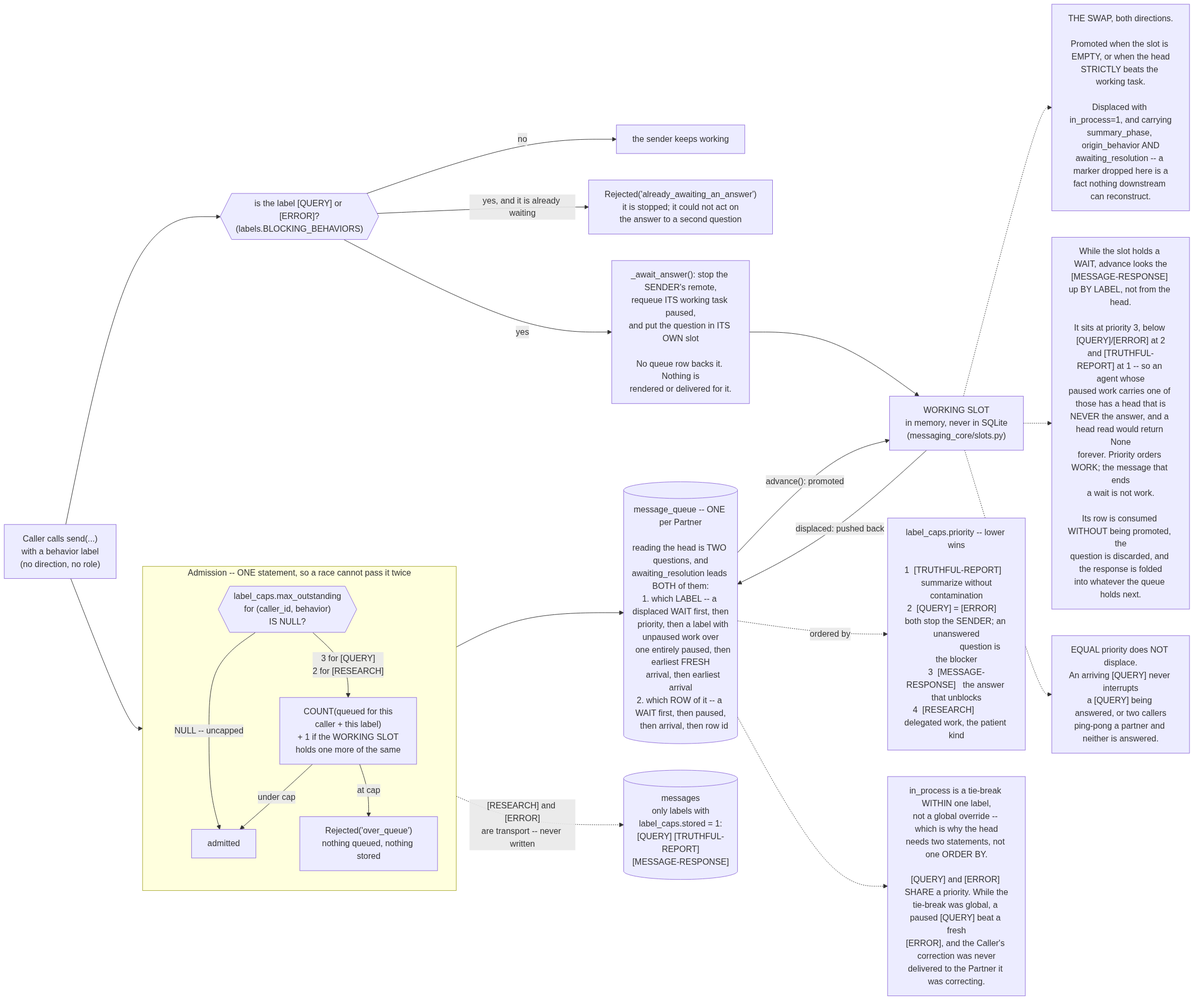
Earlier version of the Mermaid export visualizations/04-priority-queue.png (CSScientist123/agent-messaging-mcp-server). Its source is kept beside it as visualizations/04-priority-queue.mmd.
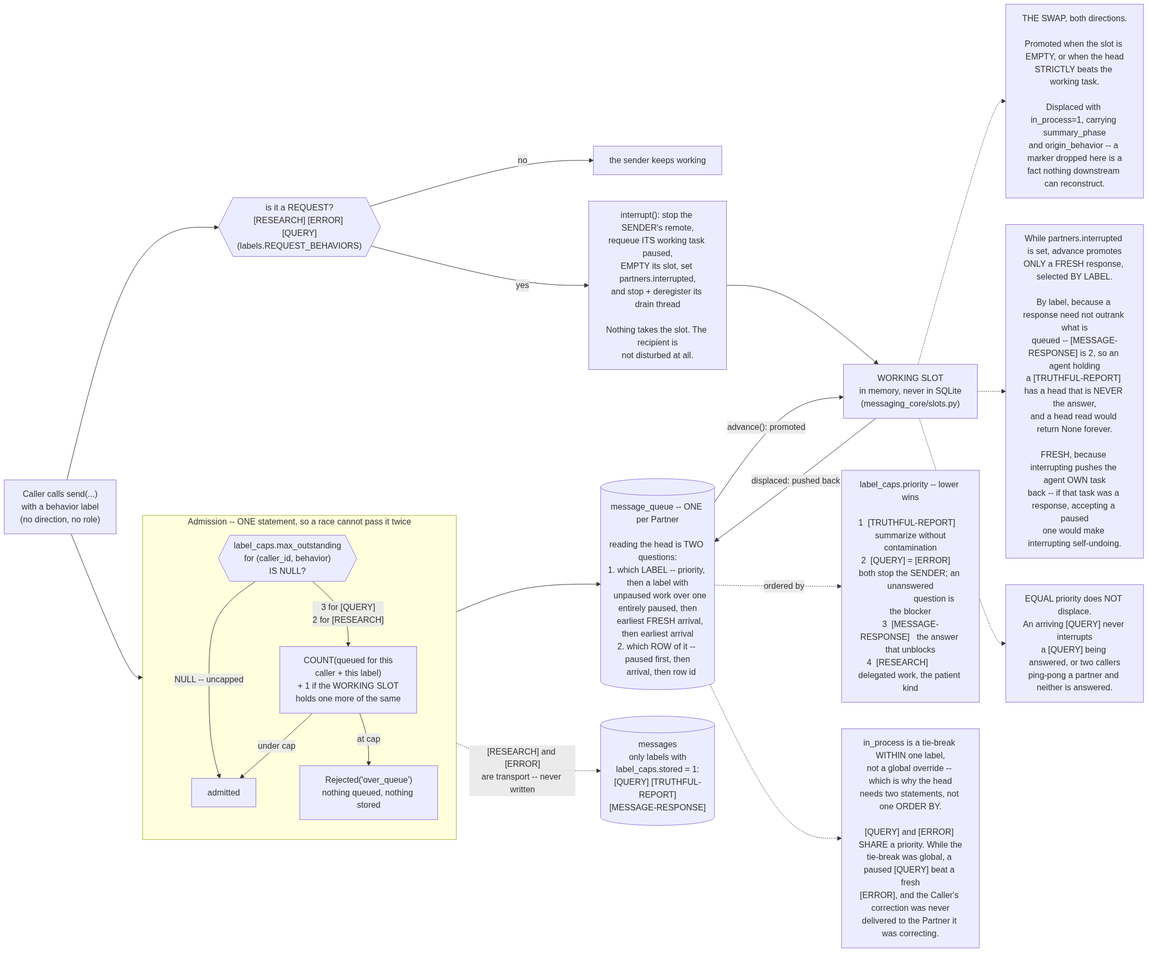
The same diagram one commit later.

What changed in the source:
```diff
@@ -15,14 +15,13 @@
 
     SENDER --> CAP
 
-    BLOCK{{"is the label [QUERY] or [ERROR]?\n(labels.BLOCKING_BEHAVIORS)"}}
+    BLOCK{{"is it a REQUEST?\n[RESEARCH] [ERROR] [QUERY]\n(labels.REQUEST_BEHAVIORS)"}}
     SENDER --> BLOCK
     BLOCK -->|no| NOSTOP["the sender keeps working"]
-    BLOCK -->|"yes, and it is already waiting"| R_WAIT["Rejected('already_awaiting_an_answer')\nit is stopped; it could not act on\nthe answer to a second question"]
-    BLOCK -->|yes| AWAIT["_await_answer(): stop the SENDER's remote,\nrequeue ITS working task paused,\nand put the question in ITS OWN slot\n\nNo queue row backs it. Nothing is\nrendered or delivered for it."]
+    BLOCK -->|yes| AWAIT["interrupt(): stop the SENDER's remote,\nrequeue ITS working task paused,\nEMPTY its slot, set partners.interrupted,\nand stop + deregister its drain thread\n\nNothing takes the slot. The recipient is\nnot disturbed at all."]
     AWAIT --> SLOT
 
-    Q[("message_queue -- ONE per Partner\n\nreading the head is TWO questions, and\nawaiting_resolution leads BOTH of them:\n1. which LABEL -- a displaced WAIT first, then\n   priority, then a label with unpaused work over\n   one entirely paused, then earliest FRESH\n   arrival, then earliest arrival\n2. which ROW of it -- a WAIT first, then paused,\n   then arrival, then row id")]
+    Q[("message_queue -- ONE per Partner\n\nreading the head is TWO questions:\n1. which LABEL -- priority, then a label with\n   unpaused work over one entirely paused, then\n   earliest FRESH arrival, then earliest arrival\n2. which ROW of it -- paused first, then\n   arrival, then row id")]
     OK --> Q
 
     PRIO["label_caps.priority -- lower wins\n\n1  [TRUTHFUL-REPORT]    summarize without contamination\n2  [QUERY] = [ERROR]    both stop the SENDER; an unanswered\n                     question is the blocker\n3  [MESSAGE-RESPONSE]   the answer that unblocks\n4  [RESEARCH]           delegated work, the patient kind"]
@@ -33,13 +32,13 @@
     Q -->|"advance(): promoted"| SLOT
     SLOT -->|"displaced: pushed back"| Q
 
-    SWAP["THE SWAP, both directions.\n\nPromoted when the slot is EMPTY, or when the head\nSTRICTLY beats the working task.\n\nDisplaced with in_process=1, and carrying\nsummary_phase, origin_behavior AND\nawaiting_resolution -- a marker dropped here is a\nfact nothing downstream can reconstruct."]
+    SWAP["THE SWAP, both directions.\n\nPromoted when the slot is EMPTY, or when the head\nSTRICTLY beats the working task.\n\nDisplaced with in_process=1, carrying summary_phase\nand origin_behavior -- a marker dropped here is a\nfact nothing downstream can reconstruct."]
     SLOT -.-> SWAP
 
     TIE["in_process is a tie-break WITHIN one label,\nnot a global override -- which is why the head\nneeds two statements, not one ORDER BY.\n\n[QUERY] and [ERROR] SHARE a priority. While the\ntie-break was global, a paused [QUERY] beat a fresh\n[ERROR], and the Caller's correction was never\ndelivered to the Partner it was correcting."]
     Q -.-> TIE
 
-    ANSWER["While the slot holds a WAIT, advance looks the\n[MESSAGE-RESPONSE] up BY LABEL, not from the head.\n\nIt sits at priority 3, below [QUERY]/[ERROR] at 2\nand [TRUTHFUL-REPORT] at 1 -- so an agent whose\npaused work carries one of those has a head that is\nNEVER the answer, and a head read would return None\nforever. Priority orders WORK; the message that ends\na wait is not work.\n\nIts row is consumed WITHOUT being promoted, the\nquestion is discarded, and the response is folded\ninto whatever the queue holds next."]
+    ANSWER["While partners.interrupted is set, advance promotes\nONLY a FRESH response, selected BY LABEL.\n\nBy label, because a response need not outrank what is\nqueued -- [MESSAGE-RESPONSE] is 2, so an agent holding\na [TRUTHFUL-REPORT] has a head that is NEVER the answer,\nand a head read would return None forever.\n\nFRESH, because interrupting pushes the agent OWN task\nback -- if that task was a response, accepting a paused\none would make interrupting self-undoing."]
     SLOT -.-> ANSWER
 
     EQ["EQUAL priority does NOT displace.\nAn arriving [QUERY] never interrupts\na [QUERY] being answered, or two callers\nping-pong a partner and neither is answered."]
```
